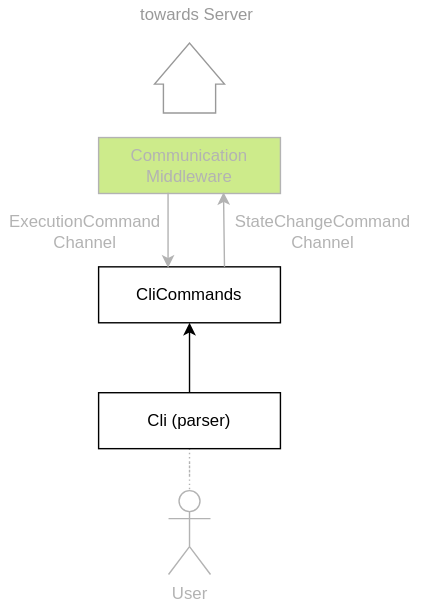
The draw.io diagram ank/doc/swdesign/drawio/unit_overview.drawio.svg in eclipse-ankaios/ankaios, before a commit. Source tidied: cells renumbered, new cells last; positions are measured from the earlier drawing's top-left corner, leaving out a move shared by most shapes. Its diagram source:
```xml
<mxGraphModel>
  <root>
    <mxCell id="0" />
    <mxCell id="1" parent="0" />
    <mxCell id="2" style="edgeStyle=orthogonalEdgeStyle;rounded=0;jettySize=auto;html=1;exitX=0.5;exitY=1;exitDx=0;exitDy=0;startArrow=none;startFill=0;endArrow=none;endFill=0;dashed=1;dashPattern=1 2;strokeColor=#B3B3B3;" parent="1" edge="1" source="3" target="13">
      <mxGeometry relative="1" as="geometry" />
    </mxCell>
    <mxCell id="3" value="Cli (parser)" style="rounded=0;whiteSpace=wrap;html=1;" parent="1" vertex="1">
      <mxGeometry x="70" y="280" width="130" height="40" as="geometry" />
    </mxCell>
    <mxCell id="4" value="Communication&lt;br&gt;Middleware" style="rounded=0;whiteSpace=wrap;html=1;fillColor=#cdeb8b;strokeColor=#B3B3B3;fontColor=#B3B3B3;" parent="1" vertex="1">
      <mxGeometry x="70" y="97.6" width="130" height="40" as="geometry" />
    </mxCell>
    <mxCell id="5" value="CliCommands" style="rounded=0;whiteSpace=wrap;html=1;" parent="1" vertex="1">
      <mxGeometry x="70" y="190" width="130" height="40" as="geometry" />
    </mxCell>
    <mxCell id="6" style="endArrow=classic;html=1;rounded=0;startArrow=none;startFill=0;endFill=1;" parent="1" edge="1" source="3" target="5">
      <mxGeometry relative="1" as="geometry" />
    </mxCell>
    <mxCell id="7" style="endArrow=classic;html=1;rounded=0;fontColor=#B3B3B3;strokeColor=#B3B3B3;entryX=0.382;entryY=0.017;entryDx=0;entryDy=0;entryPerimeter=0;exitX=0.382;exitY=0.986;exitDx=0;exitDy=0;exitPerimeter=0;" parent="1" edge="1" source="4" target="5">
      <mxGeometry relative="1" as="geometry" />
    </mxCell>
    <mxCell id="8" value="&lt;span style=&quot;white-space: normal&quot;&gt;StateChangeCommand&lt;br&gt;Channel&lt;br&gt;&lt;/span&gt;" style="text;html=1;align=center;verticalAlign=middle;rotation=0;fontColor=#B3B3B3;" parent="1" vertex="1">
      <mxGeometry x="160" y="150" width="140" height="30" as="geometry" />
    </mxCell>
    <mxCell id="9" style="endArrow=classic;html=1;rounded=0;fontColor=#B3B3B3;strokeColor=#B3B3B3;exitX=0.692;exitY=-0.033;exitDx=0;exitDy=0;exitPerimeter=0;entryX=0.687;entryY=0.977;entryDx=0;entryDy=0;entryPerimeter=0;" parent="1" edge="1" source="5" target="4">
      <mxGeometry relative="1" as="geometry">
        <Array as="points">
          <mxPoint x="160" y="190" />
        </Array>
      </mxGeometry>
    </mxCell>
    <mxCell id="10" style="shape=singleArrow;direction=north;whiteSpace=wrap;html=1;arrowWidth=0.7464285714285722;arrowSize=0.5870841487279863;strokeColor=#999999;" parent="1" vertex="1">
      <mxGeometry x="110" y="30" width="50" height="50" as="geometry" />
    </mxCell>
    <mxCell id="11" value="&lt;font color=&quot;#999999&quot;&gt;towards Server&lt;/font&gt;" style="text;html=1;align=center;verticalAlign=middle;fontColor=#9999999999999;" parent="1" vertex="1">
      <mxGeometry x="90" width="100" height="20" as="geometry" />
    </mxCell>
    <mxCell id="12" value="&lt;span style=&quot;white-space: normal&quot;&gt;ExecutionCommand&lt;br&gt;Channel&lt;br&gt;&lt;/span&gt;" style="text;html=1;align=center;verticalAlign=middle;rotation=0;fontColor=#B3B3B3;" parent="1" vertex="1">
      <mxGeometry y="150" width="120" height="30" as="geometry" />
    </mxCell>
    <mxCell id="13" value="&lt;font color=&quot;#b3b3b3&quot;&gt;User&lt;/font&gt;" style="shape=umlActor;verticalLabelPosition=bottom;verticalAlign=top;html=1;outlineConnect=0;strokeColor=#B3B3B3;" parent="1" vertex="1">
      <mxGeometry x="120" y="350" width="30" height="60" as="geometry" />
    </mxCell>
  </root>
</mxGraphModel>
```
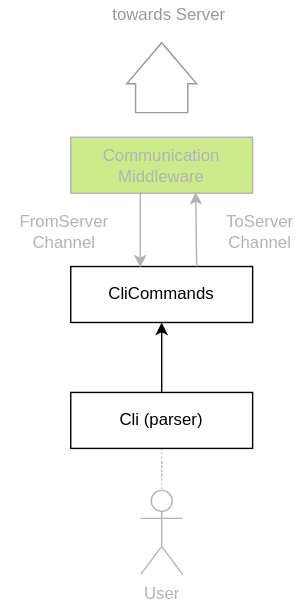
Later version of the same file.

The edit, as a diff of the source:
```diff
@@ -20,8 +20,8 @@
     <mxCell id="7" style="endArrow=classic;html=1;rounded=0;fontColor=#B3B3B3;strokeColor=#B3B3B3;entryX=0.382;entryY=0.017;entryDx=0;entryDy=0;entryPerimeter=0;exitX=0.382;exitY=0.986;exitDx=0;exitDy=0;exitPerimeter=0;" parent="1" edge="1" source="4" target="5">
       <mxGeometry relative="1" as="geometry" />
     </mxCell>
-    <mxCell id="8" value="&lt;span style=&quot;white-space: normal&quot;&gt;StateChangeCommand&lt;br&gt;Channel&lt;br&gt;&lt;/span&gt;" style="text;html=1;align=center;verticalAlign=middle;rotation=0;fontColor=#B3B3B3;" parent="1" vertex="1">
-      <mxGeometry x="160" y="150" width="140" height="30" as="geometry" />
+    <mxCell id="8" value="&lt;span style=&quot;white-space: normal&quot;&gt;ToServer&lt;br&gt;Channel&lt;br&gt;&lt;/span&gt;" style="text;html=1;align=center;verticalAlign=middle;rotation=0;fontColor=#B3B3B3;" parent="1" vertex="1">
+      <mxGeometry x="170" y="145" width="70" height="40" as="geometry" />
     </mxCell>
     <mxCell id="9" style="endArrow=classic;html=1;rounded=0;fontColor=#B3B3B3;strokeColor=#B3B3B3;exitX=0.692;exitY=-0.033;exitDx=0;exitDy=0;exitPerimeter=0;entryX=0.687;entryY=0.977;entryDx=0;entryDy=0;entryPerimeter=0;" parent="1" edge="1" source="5" target="4">
       <mxGeometry relative="1" as="geometry">
@@ -36,8 +36,8 @@
     <mxCell id="11" value="&lt;font color=&quot;#999999&quot;&gt;towards Server&lt;/font&gt;" style="text;html=1;align=center;verticalAlign=middle;fontColor=#9999999999999;" parent="1" vertex="1">
       <mxGeometry x="90" width="100" height="20" as="geometry" />
     </mxCell>
-    <mxCell id="12" value="&lt;span style=&quot;white-space: normal&quot;&gt;ExecutionCommand&lt;br&gt;Channel&lt;br&gt;&lt;/span&gt;" style="text;html=1;align=center;verticalAlign=middle;rotation=0;fontColor=#B3B3B3;" parent="1" vertex="1">
-      <mxGeometry y="150" width="120" height="30" as="geometry" />
+    <mxCell id="12" value="&lt;span style=&quot;white-space: normal&quot;&gt;FromServer&lt;br&gt;Channel&lt;br&gt;&lt;/span&gt;" style="text;html=1;align=center;verticalAlign=middle;rotation=0;fontColor=#B3B3B3;" parent="1" vertex="1">
+      <mxGeometry x="20" y="145" width="90" height="40" as="geometry" />
     </mxCell>
     <mxCell id="13" value="&lt;font color=&quot;#b3b3b3&quot;&gt;User&lt;/font&gt;" style="shape=umlActor;verticalLabelPosition=bottom;verticalAlign=top;html=1;outlineConnect=0;strokeColor=#B3B3B3;" parent="1" vertex="1">
       <mxGeometry x="120" y="350" width="30" height="60" as="geometry" />
```
